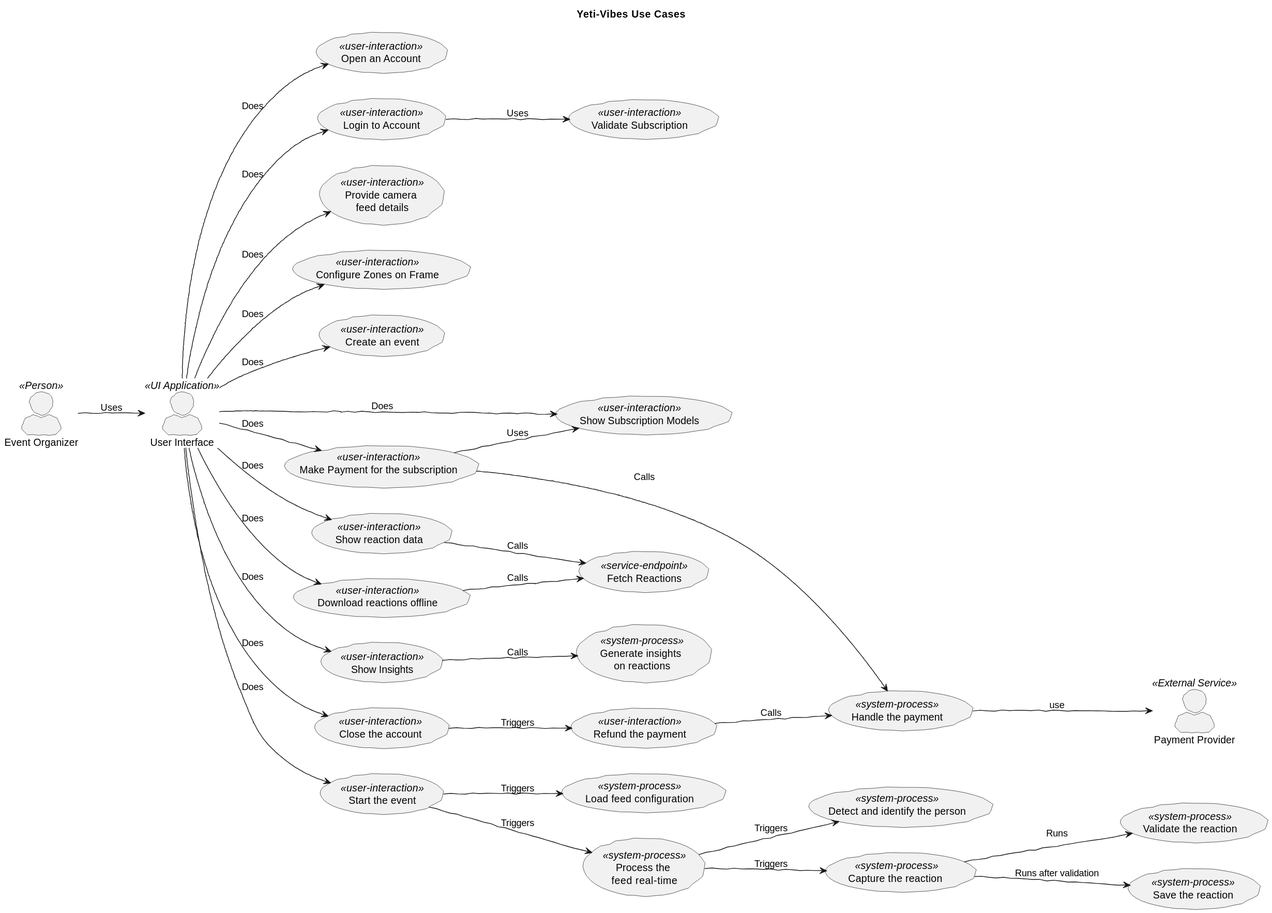
Above: docs/diagrams/out/yeti_vibes_use_case_diagram.svg in backendkolawole/yeti-crowd-insights (PlantUML), before the change.
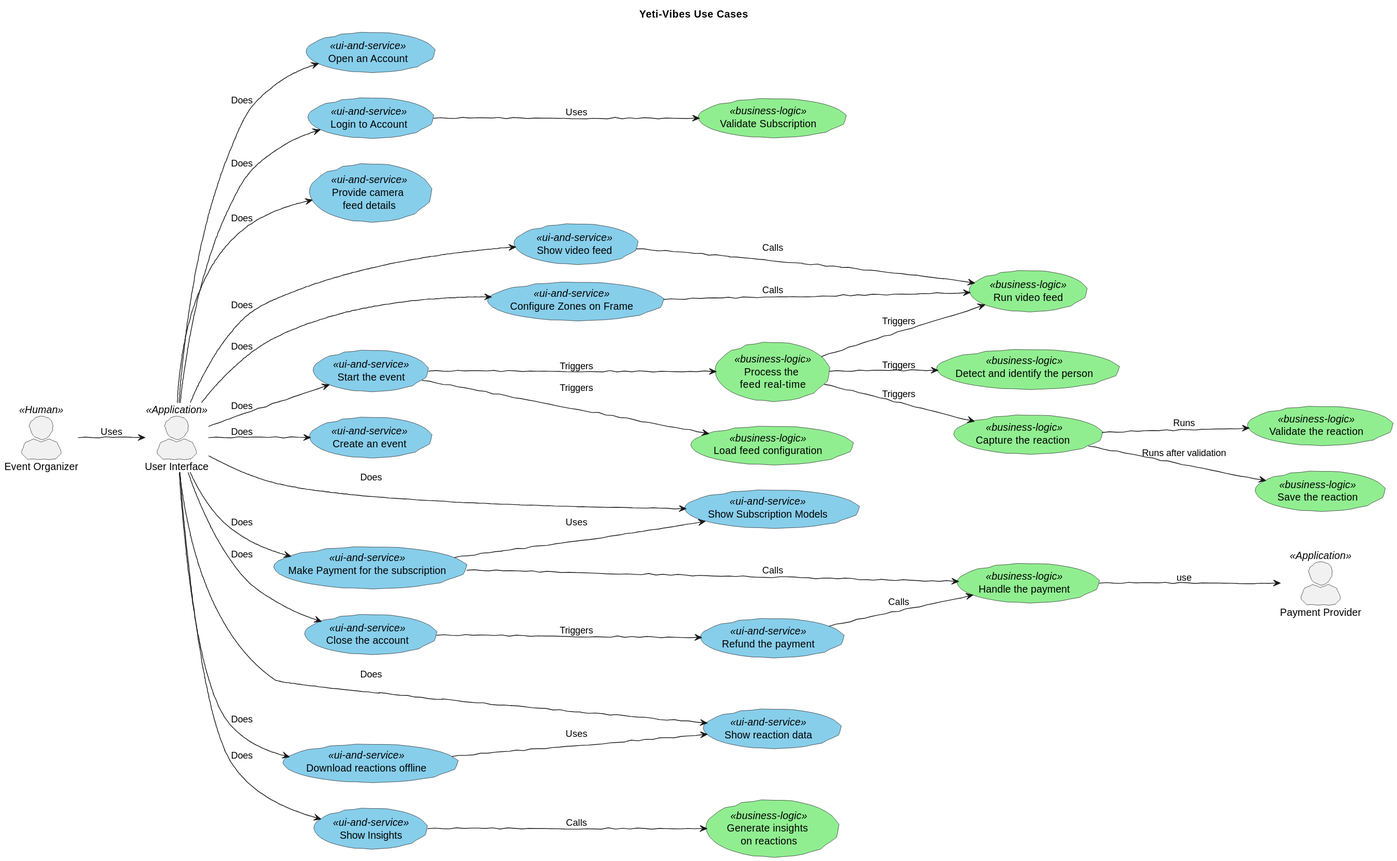
After the commit.

Commit message:
Added few more use cases to the diagram. Some names changed

Change to the diagram source:
```diff
@@ -4,43 +4,55 @@
 skinparam actorStyle awesome
 skinparam handwritten true
 left to right direction
-
-actor :Event Organizer: as Client <<Person>>
-actor :User Interface: as UI <<UI Application>>
-actor :Payment Provider: as PaymentProvider <<External Service>>
-
-    usecase OpenAccount as "Open an Account" <<user-interaction>>
-    usecase Login as "Login to Account" <<user-interaction>>
-    usecase ValidateSubscription as "Validate Subscription" <<user-interaction>>
-    usecase ConfigureCamera as "Provide camera \nfeed details" <<user-interaction>>
-    usecase ConfigureFrame as "Configure Zones on Frame" <<user-interaction>>
-    usecase CreateEvent as "Create an event" <<user-interaction>>
-    usecase ShowSubscriptions as "Show Subscription Models" <<user-interaction>>
-    usecase MakePayment as "Make Payment for the subscription" <<user-interaction>>
-    usecase FetchReactions as "Fetch Reactions" <<service-endpoint>>
-    usecase ShowReactions as "Show reaction data" <<user-interaction>>
-    usecase DownloadReactions as "Download reactions offline" <<user-interaction>>
-    usecase ShowInsights as "Show Insights" <<user-interaction>>
-    usecase CloseAccount as "Close the account" <<user-interaction>>
-    usecase RefundPayment as "Refund the payment" <<user-interaction>>
-    usecase StartEvent as "Start the event" <<user-interaction>>
+skinparam usecase {
+    BackgroundColor<<ui-and-service>> SkyBlue
+    BackgroundColor<<business-logic>> LightGreen
+}
 
 
-    usecase LoadConfiguration as "Load feed configuration" <<system-process>>
-    usecase ProcessFeed as "Process the \nfeed  real-time" <<system-process>>
-    usecase IdentifyPerson as "Detect and identify the person" <<system-process>>
-    usecase CaptureReaction as "Capture the reaction " <<system-process>>
-    usecase ValidateReaction as "Validate the reaction" <<system-process>>
-    usecase SaveReaction as "Save the reaction" <<system-process>>
-    usecase GenerateInsights as "Generate insights \non reactions" <<system-process>>
-    usecase HandlePayment as "Handle the payment" <<system-process>>
+actor :Event Organizer: as Client << Human >>
+actor :User Interface: as UI <<Application>>
+actor :Payment Provider: as PaymentProvider <<Application>>
+
+
+    usecase OpenAccount as "Open an Account" <<ui-and-service>>
+    usecase Login as "Login to Account" <<ui-and-service>>
+    usecase ValidateSubscription as "Validate Subscription" <<business-logic>>
+    usecase ConfigureCamera as "Provide camera \nfeed details" <<ui-and-service>>
+    usecase ShowVideoFeed as "Show video feed" <<ui-and-service>>
+    usecase ConfigureFrame as "Configure Zones on Frame" <<ui-and-service>>
+    usecase CreateEvent as "Create an event" <<ui-and-service>>
+    usecase ShowSubscriptions as "Show Subscription Models" <<ui-and-service>>
+    usecase MakePayment as "Make Payment for the subscription" <<ui-and-service>>
+    usecase ShowReactions as "Show reaction data" <<ui-and-service>>
+    usecase DownloadReactions as "Download reactions offline" <<ui-and-service>>
+    usecase ShowInsights as "Show Insights" <<ui-and-service>>
+    usecase CloseAccount as "Close the account" <<ui-and-service>>
+    usecase RefundPayment as "Refund the payment" <<ui-and-service>>
+    usecase StartEvent as "Start the event" <<ui-and-service>>
+
+
+
+    usecase LoadConfiguration as "Load feed configuration" <<business-logic>>
+    usecase RunFeed as "Run video feed" <<business-logic>>
+    usecase ProcessFeed as "Process the \nfeed  real-time" <<business-logic>>
+    usecase IdentifyPerson as "Detect and identify the person" <<business-logic>>
+    usecase CaptureReaction as "Capture the reaction " <<business-logic>>
+    usecase ValidateReaction as "Validate the reaction" <<business-logic>>
+    usecase SaveReaction as "Save the reaction" <<business-logic>>
+    usecase GenerateInsights as "Generate insights \non reactions" <<business-logic>>
+    usecase HandlePayment as "Handle the payment" <<business-logic>>
+
 
 Client --> UI : Uses
 UI --> OpenAccount : Does
 UI --> Login : Does
 Login --> ValidateSubscription : Uses
 UI --> ConfigureCamera : Does
+UI --> ShowVideoFeed : Does
+ShowVideoFeed --> RunFeed : Calls
 UI --> ConfigureFrame : Does
+ConfigureFrame --> RunFeed : Calls
 UI --> CreateEvent : Does
 UI --> ShowSubscriptions : Does
 UI --> MakePayment : Does
@@ -49,8 +61,7 @@
 UI --> StartEvent : Does
 UI --> ShowReactions : Does
 UI --> DownloadReactions : Does
-ShowReactions --> FetchReactions : Calls
-DownloadReactions --> FetchReactions : Calls
+DownloadReactions --> ShowReactions : Uses
 UI --> ShowInsights : Does
 ShowInsights --> GenerateInsights : Calls
 UI --> CloseAccount : Does
@@ -60,6 +71,7 @@
 
 StartEvent --> LoadConfiguration : Triggers
 StartEvent --> ProcessFeed : Triggers
+ProcessFeed --> RunFeed: Triggers
 ProcessFeed --> IdentifyPerson : Triggers
 ProcessFeed --> CaptureReaction : Triggers
 CaptureReaction --> ValidateReaction : Runs
```
